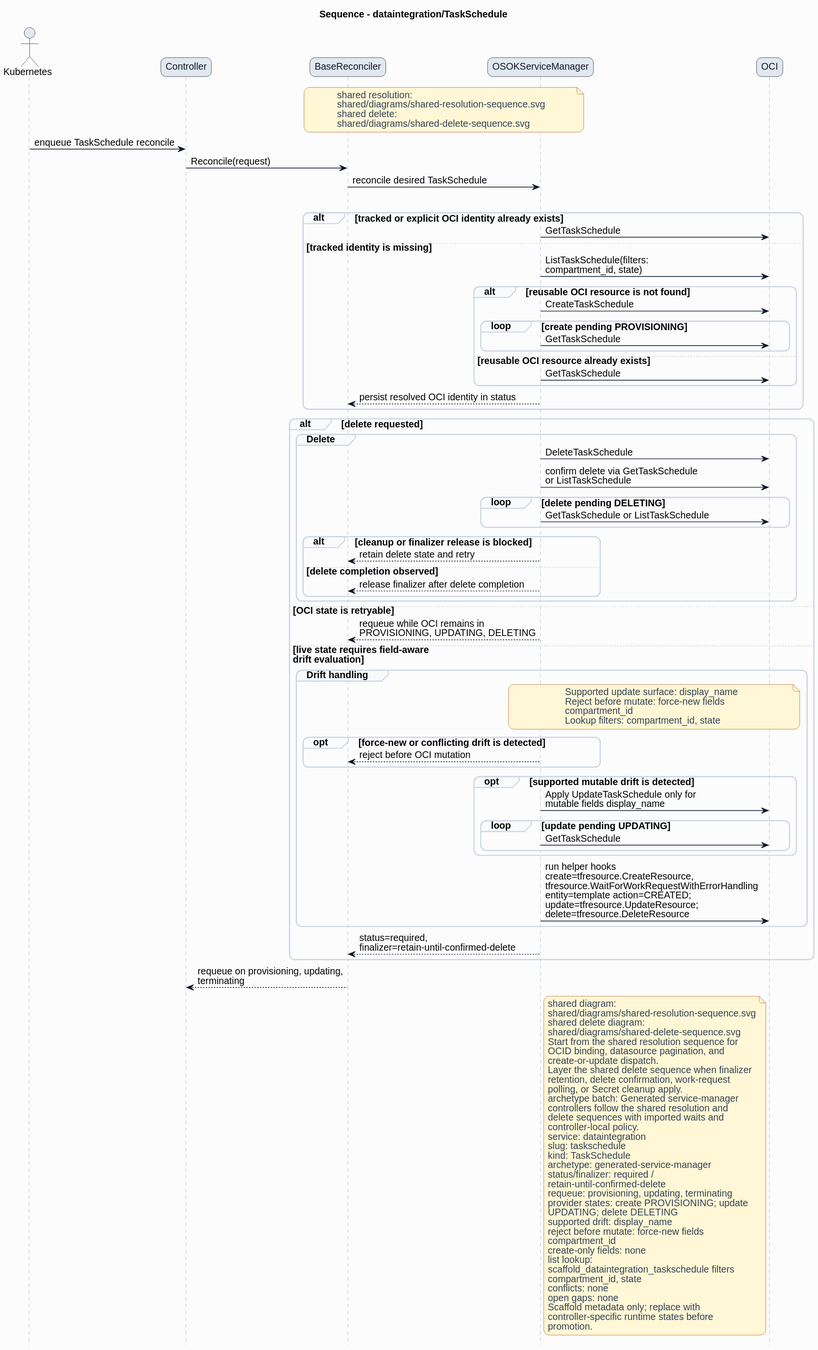
Before: formal/controllers/dataintegration/taskschedule/diagrams/sequence.svg, a diagram exported from PlantUML (HaoyL666/oci-service-operator).
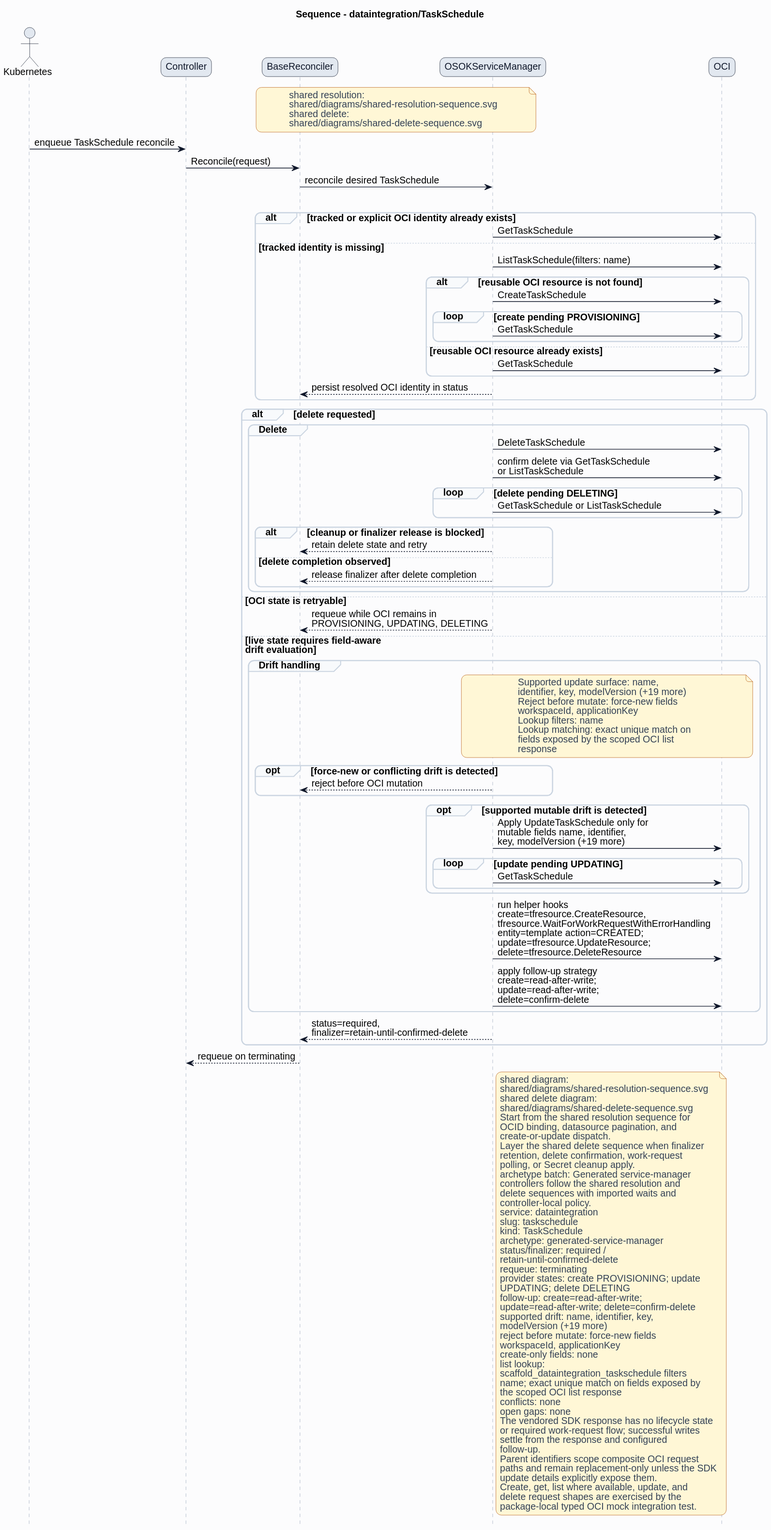
Later version of the same file.

Diff of the diagram source:
```diff
@@ -38,7 +38,7 @@
 alt tracked or explicit OCI identity already exists
 ServiceManager -> OCI: GetTaskSchedule
 else tracked identity is missing
-ServiceManager -> OCI: ListTaskSchedule(filters:\ncompartment_id, state)
+ServiceManager -> OCI: ListTaskSchedule(filters: name)
 alt reusable OCI resource is not found
 ServiceManager -> OCI: CreateTaskSchedule
 loop create pending PROVISIONING
@@ -67,25 +67,30 @@
 else live state requires field-aware\ndrift evaluation
 group Drift handling
 note over ServiceManager,OCI
-Supported update surface: display_name
+Supported update surface: name,
+identifier, key, modelVersion (+19 more)
 Reject before mutate: force-new fields
-compartment_id
-Lookup filters: compartment_id, state
+workspaceId, applicationKey
+Lookup filters: name
+Lookup matching: exact unique match on
+fields exposed by the scoped OCI list
+response
 end note
 opt force-new or conflicting drift is detected
 ServiceManager --> BaseReconciler: reject before OCI mutation
 end
 opt supported mutable drift is detected
-ServiceManager -> OCI: Apply UpdateTaskSchedule only for\nmutable fields display_name
+ServiceManager -> OCI: Apply UpdateTaskSchedule only for\nmutable fields name, identifier,\nkey, modelVersion (+19 more)
 loop update pending UPDATING
 ServiceManager -> OCI: GetTaskSchedule
 end
 end
 ServiceManager -> OCI: run helper hooks\ncreate=tfresource.CreateResource,\ntfresource.WaitForWorkRequestWithErrorHandling\nentity=template action=CREATED;\nupdate=tfresource.UpdateResource;\ndelete=tfresource.DeleteResource
+ServiceManager -> OCI: apply follow-up strategy\ncreate=read-after-write;\nupdate=read-after-write;\ndelete=confirm-delete
 end
 ServiceManager --> BaseReconciler: status=required,\nfinalizer=retain-until-confirmed-delete
 end
-BaseReconciler --> Controller: requeue on provisioning, updating,\nterminating
+BaseReconciler --> Controller: requeue on terminating
 note right of ServiceManager
 shared diagram:
 shared/diagrams/shared-resolution-sequence.svg
@@ -107,20 +112,31 @@
 archetype: generated-service-manager
 status/finalizer: required /
 retain-until-confirmed-delete
-requeue: provisioning, updating, terminating
+requeue: terminating
 provider states: create PROVISIONING; update
 UPDATING; delete DELETING
-supported drift: display_name
+follow-up: create=read-after-write;
+update=read-after-write; delete=confirm-delete
+supported drift: name, identifier, key,
+modelVersion (+19 more)
 reject before mutate: force-new fields
-compartment_id
+workspaceId, applicationKey
 create-only fields: none
 list lookup:
 scaffold_dataintegration_taskschedule filters
-compartment_id, state
+name; exact unique match on fields exposed by
+the scoped OCI list response
 conflicts: none
 open gaps: none
-Scaffold metadata only; replace with
-controller-specific runtime states before
-promotion.
+The vendored SDK response has no lifecycle state
+or required work-request flow; successful writes
+settle from the response and configured
+follow-up.
+Parent identifiers scope composite OCI request
+paths and remain replacement-only unless the SDK
+update details explicitly expose them.
+Create, get, list where available, update, and
+delete request shapes are exercised by the
+package-local typed OCI mock integration test.
 end note
 @enduml
```
